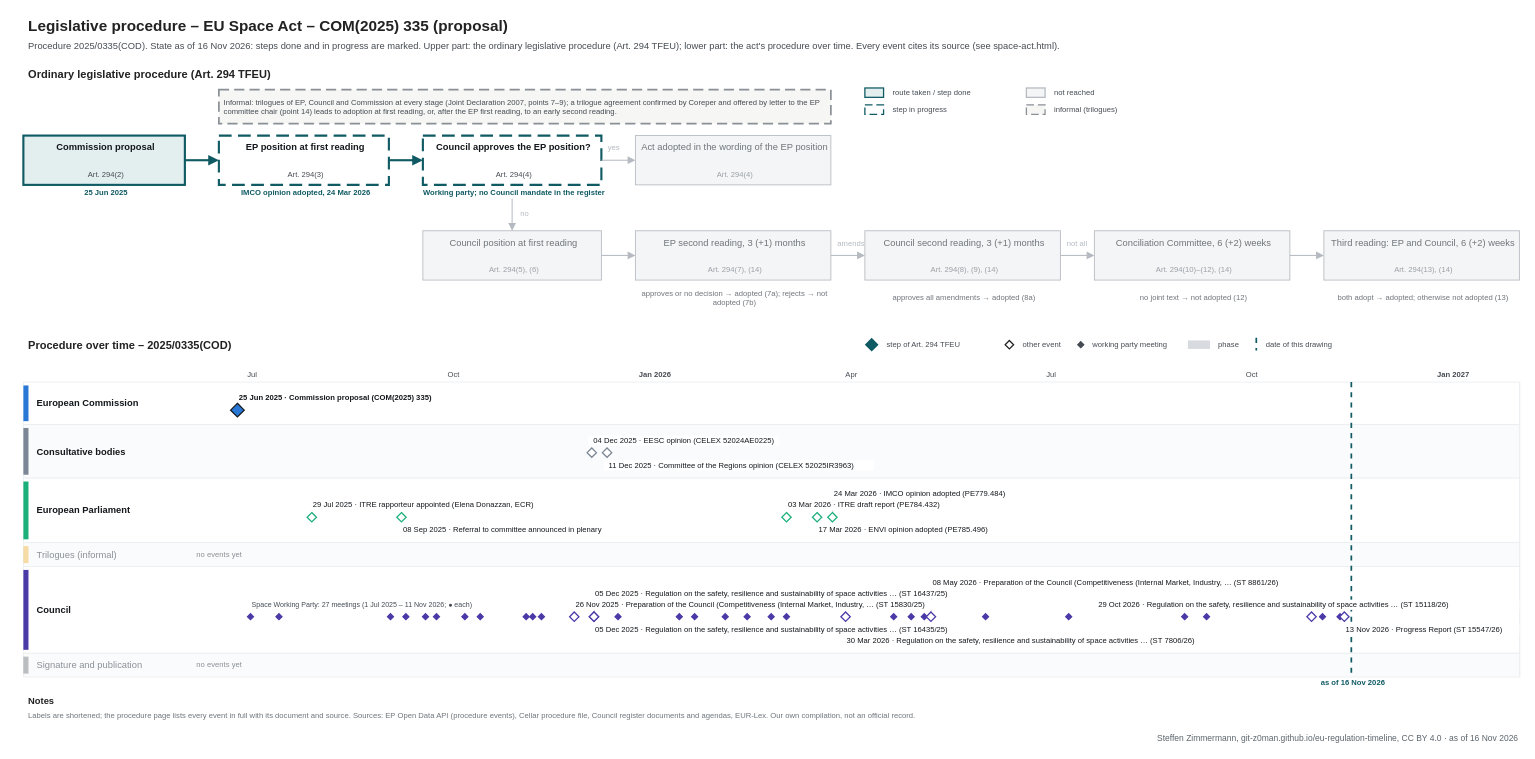
Above: procedures/space-act.drawio in git-z0man/eu-regulation-timeline (draw.io), before the change. Source tidied: cells renumbered, new cells numbered last; positions are measured from the earlier drawing's top-left corner, leaving out a move shared by most shapes. Both pictures are drawn from the tidied source at 85%, with x=0, y=0 at pixel (14, 14).
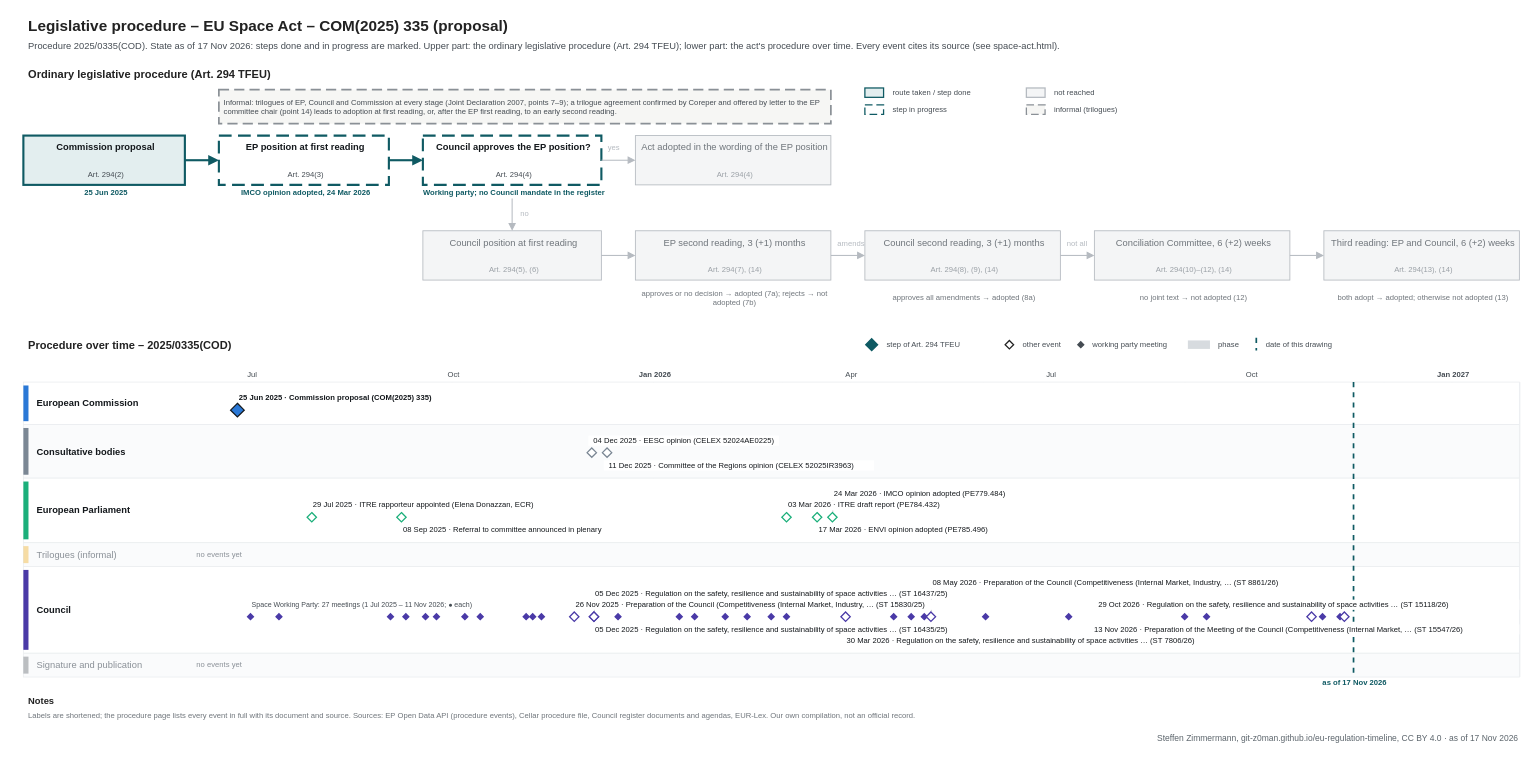
Above is the later version.

Change to the diagram source:
```diff
@@
-    <mxCell id="3" value="Procedure 2025/0335(COD). State as of 16 Nov 2026: steps done and in progress are marked. Upper part: the ordinary legislative procedure (Art. 294 TFEU); lower part: the act's procedure over time. Every event cites its source (see space-act.html)." style="text;html=1;fontSize=11;fontColor=#454c53;align=left;verticalAlign=middle;spacingLeft=4;" parent="1" vertex="1">
+    <mxCell id="3" value="Procedure 2025/0335(COD). State as of 17 Nov 2026: steps done and in progress are marked. Upper part: the ordinary legislative procedure (Art. 294 TFEU); lower part: the act's procedure over time. Every event cites its source (see space-act.html)." style="text;html=1;fontSize=11;fontColor=#454c53;align=left;verticalAlign=middle;spacingLeft=4;" parent="1" vertex="1">
       <mxGeometry x="10" y="28" width="1700" height="18" as="geometry" />
     </mxCell>
@@
     <mxCell id="120" style="line;html=1;strokeWidth=2;strokeColor=#0f5a63;direction=south;dashed=1;" parent="1" vertex="1">
-      <mxGeometry x="1571.8" y="432" width="1" height="347" as="geometry" />
+      <mxGeometry x="1574.4" y="432" width="1" height="347" as="geometry" />
     </mxCell>
-    <mxCell id="121" value="as of 16 Nov 2026" style="text;html=1;fontSize=9;fontColor=#0f5a63;align=center;verticalAlign=middle;spacingLeft=4;fontStyle=1;" parent="1" vertex="1">
-      <mxGeometry x="1511.8" y="780" width="120" height="12" as="geometry" />
+    <mxCell id="121" value="as of 17 Nov 2026" style="text;html=1;fontSize=9;fontColor=#0f5a63;align=center;verticalAlign=middle;spacingLeft=4;fontStyle=1;" parent="1" vertex="1">
+      <mxGeometry x="1514.4" y="780" width="120" height="12" as="geometry" />
     </mxCell>
@@
-    <mxCell id="148" value="13 Nov 2026 · Progress Report (ST 15547/26)" style="text;html=1;fontSize=9;fontColor=#14181c;align=left;verticalAlign=middle;spacingLeft=4;fillColor=#ffffff;" parent="1" vertex="1">
-      <mxGeometry x="1559.9" y="717" width="210.1" height="12" as="geometry" />
+    <mxCell id="148" value="13 Nov 2026 · Preparation of the Meeting of the Council (Competitiveness (Internal Market, … (ST 15547/26)" style="text;html=1;fontSize=9;fontColor=#14181c;align=left;verticalAlign=middle;spacingLeft=4;fillColor=#ffffff;" parent="1" vertex="1">
+      <mxGeometry x="1263.8" y="717" width="506.2" height="12" as="geometry" />
     </mxCell>
@@
-    <mxCell id="186" value="Steffen Zimmermann, git-z0man.github.io/eu-regulation-timeline, CC BY 4.0 · as of 16 Nov 2026" style="text;html=1;fontSize=10;fontColor=#5b646b;align=right;verticalAlign=middle;spacingLeft=4;" parent="1" vertex="1">
+    <mxCell id="186" value="Steffen Zimmermann, git-z0man.github.io/eu-regulation-timeline, CC BY 4.0 · as of 17 Nov 2026" style="text;html=1;fontSize=10;fontColor=#5b646b;align=right;verticalAlign=middle;spacingLeft=4;" parent="1" vertex="1">
       <mxGeometry x="10" y="843" width="1760" height="16" as="geometry" />
     </mxCell>
```
